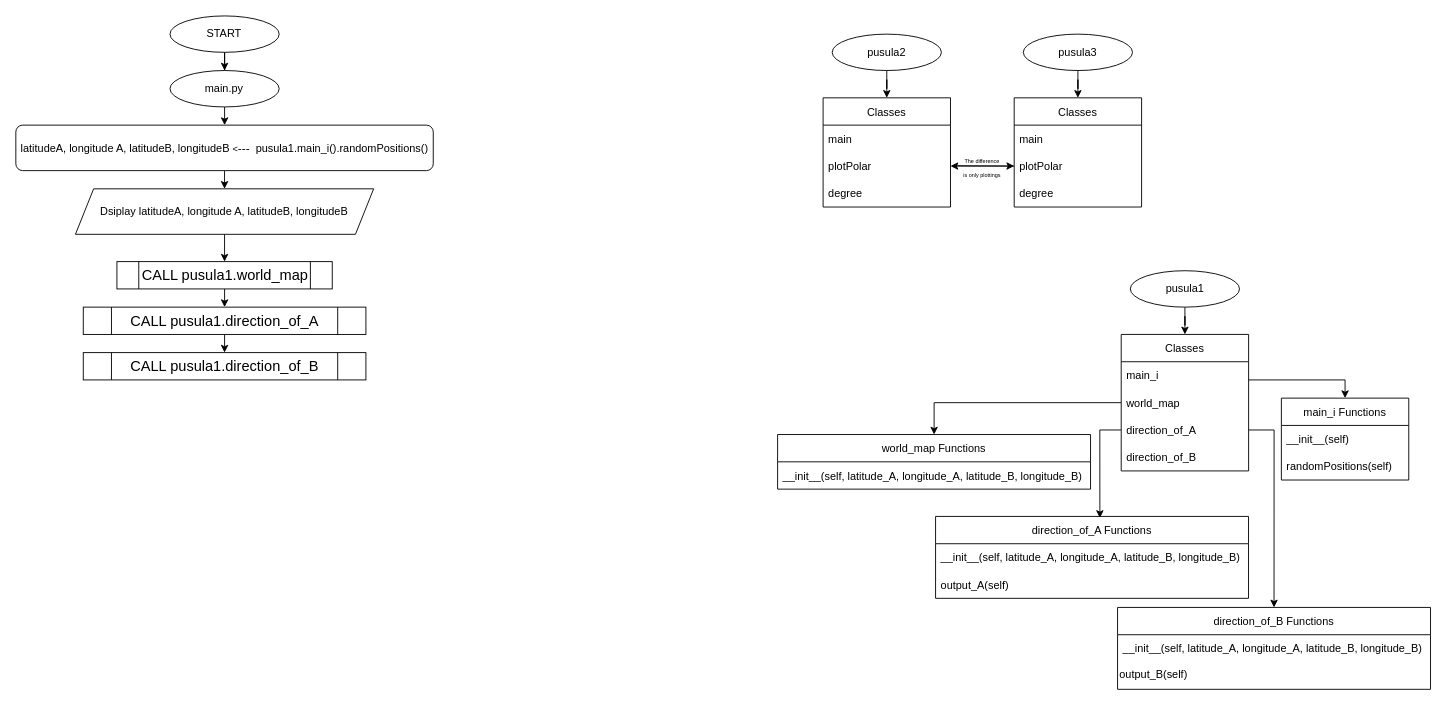
Above: compassSystem.drawio in mmuurraatt/AnadoluRobotik (draw.io), before the change. Source tidied: cells renumbered, new cells numbered last; positions are measured from the earlier drawing's top-left corner, leaving out a move shared by most shapes. Both pictures are drawn from the tidied source at 91%, with x=0, y=0 at pixel (15, 15).
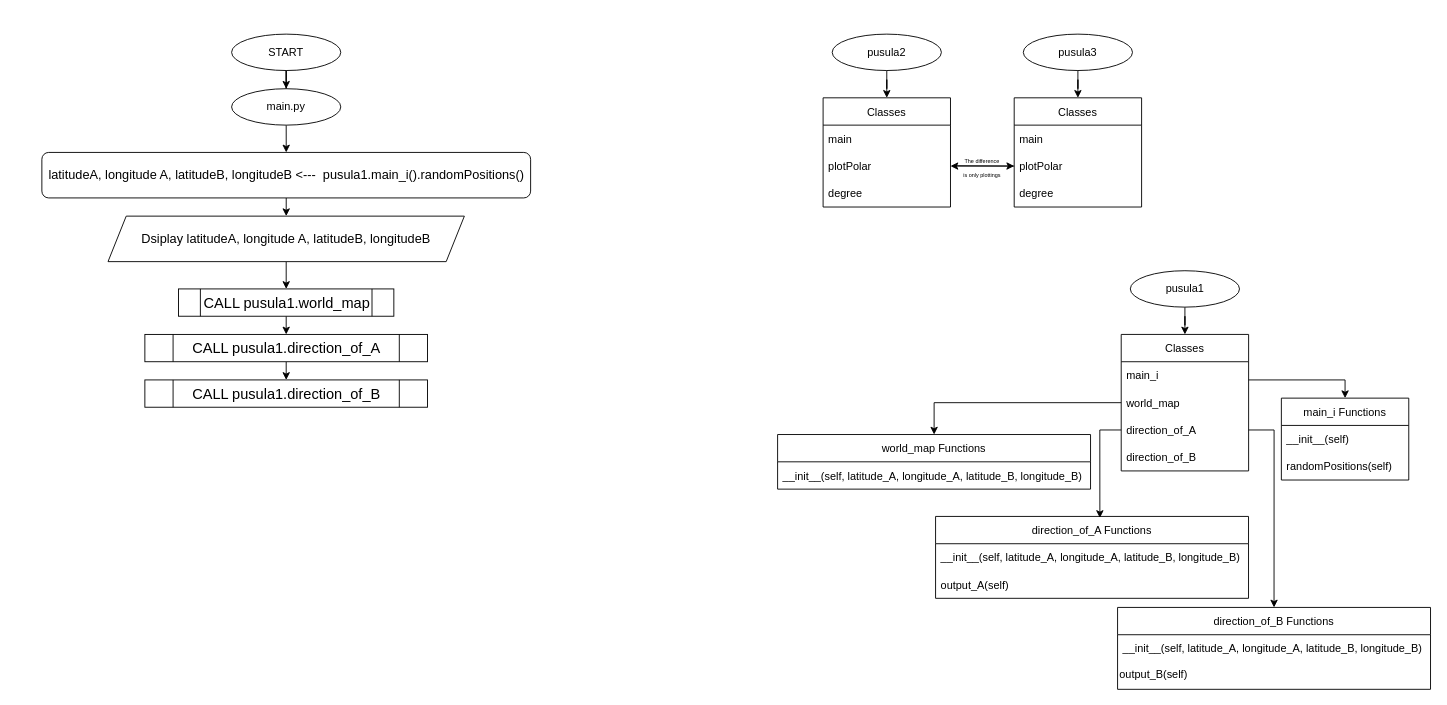
Above is the later version.

What changed in the source:
```diff
@@
     <mxCell id="3" value="START" style="ellipse;whiteSpace=wrap;html=1;" parent="1" vertex="1">
-      <mxGeometry x="169.3" width="120" height="40" as="geometry" />
+      <mxGeometry x="237" y="20" width="120" height="40" as="geometry" />
     </mxCell>
-    <mxCell id="4" style="edgeStyle=orthogonalEdgeStyle;rounded=0;jettySize=auto;html=1;" parent="1" edge="1" source="5" target="7">
+    <mxCell id="4" style="edgeStyle=none;rounded=0;jettySize=auto;html=1;fontSize=14;" parent="1" edge="1" source="5" target="7">
       <mxGeometry relative="1" as="geometry" />
     </mxCell>
     <mxCell id="5" value="main.py" style="ellipse;whiteSpace=wrap;html=1;" parent="1" vertex="1">
-      <mxGeometry x="169.3" y="60" width="120" height="40" as="geometry" />
+      <mxGeometry x="237" y="80" width="120" height="40" as="geometry" />
     </mxCell>
@@
-    <mxCell id="7" value="latitudeA, longitude A, latitudeB, longitudeB&amp;nbsp;&lt;font style=&quot;font-size: 10px&quot;&gt;&amp;lt;&lt;/font&gt;&lt;font style=&quot;font-size: 13px&quot;&gt;---&lt;/font&gt;&amp;nbsp;&amp;nbsp;&lt;span style=&quot;background-color: rgb(255, 255, 255);&quot;&gt;pusula1.main_i().randomPositions()&lt;/span&gt;" style="rounded=1;whiteSpace=wrap;html=1;fontSize=12;glass=0;strokeWidth=1;shadow=0;" parent="1" vertex="1">
-      <mxGeometry x="-0.1" y="120" width="458.7" height="50" as="geometry" />
+    <mxCell id="7" value="&lt;font style=&quot;font-size: 14px;&quot;&gt;latitudeA, longitude A, latitudeB, longitudeB&amp;nbsp;&lt;font style=&quot;&quot;&gt;&amp;lt;&lt;/font&gt;&lt;font style=&quot;&quot;&gt;---&lt;/font&gt;&amp;nbsp;&amp;nbsp;&lt;span style=&quot;background-color: rgb(255, 255, 255);&quot;&gt;pusula1.main_i().randomPositions()&lt;/span&gt;&lt;/font&gt;" style="rounded=1;whiteSpace=wrap;html=1;fontSize=12;glass=0;strokeWidth=1;shadow=0;" parent="1" vertex="1">
+      <mxGeometry x="28.5" y="150" width="537.1" height="50" as="geometry" />
     </mxCell>
@@
-    <mxCell id="46" value="Dsiplay latitudeA, longitude A, latitudeB, longitudeB" style="shape=parallelogram;perimeter=parallelogramPerimeter;whiteSpace=wrap;html=1;fixedSize=1;" parent="1" vertex="1">
-      <mxGeometry x="65.4" y="190" width="327.7" height="50" as="geometry" />
+    <mxCell id="46" value="&lt;font style=&quot;font-size: 14px;&quot;&gt;Dsiplay latitudeA, longitude A, latitudeB, longitudeB&lt;/font&gt;" style="shape=parallelogram;perimeter=parallelogramPerimeter;whiteSpace=wrap;html=1;fixedSize=1;" parent="1" vertex="1">
+      <mxGeometry x="101.2" y="220" width="391.6" height="50" as="geometry" />
     </mxCell>
@@
     <mxCell id="48" value="&lt;font size=&quot;3&quot;&gt;CALL pusula1.world_map&lt;/font&gt;" style="shape=process;whiteSpace=wrap;html=1;backgroundOutline=1;fontSize=6;" parent="1" vertex="1">
-      <mxGeometry x="111" y="270" width="236.6" height="30" as="geometry" />
+      <mxGeometry x="178.7" y="300" width="236.6" height="30" as="geometry" />
     </mxCell>
@@
     <mxCell id="50" value="&lt;font size=&quot;3&quot;&gt;CALL pusula1.direction_of_A&lt;/font&gt;" style="shape=process;whiteSpace=wrap;html=1;backgroundOutline=1;fontSize=6;" parent="1" vertex="1">
-      <mxGeometry x="74" y="320" width="310.6" height="30" as="geometry" />
+      <mxGeometry x="141.7" y="350" width="310.6" height="30" as="geometry" />
     </mxCell>
     <mxCell id="51" value="&lt;font size=&quot;3&quot;&gt;CALL pusula1.direction_of_B&lt;/font&gt;" style="shape=process;whiteSpace=wrap;html=1;backgroundOutline=1;fontSize=6;" parent="1" vertex="1">
-      <mxGeometry x="74" y="370" width="310.6" height="30" as="geometry" />
+      <mxGeometry x="141.7" y="400" width="310.6" height="30" as="geometry" />
     </mxCell>
```
